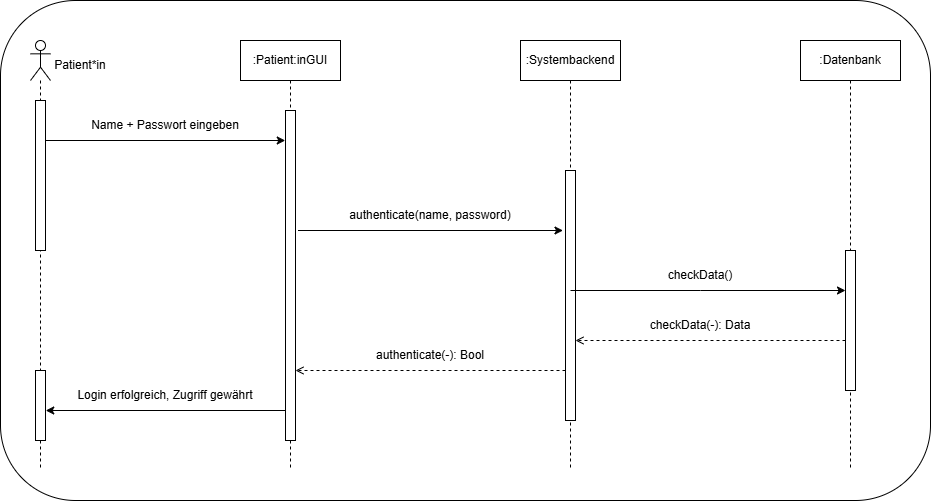
Above: docs/product/images/meilenstein2/Sequenz_Anmeldung2.drawio.png in duhoanghai/swp25-26 (draw.io), before the change. Source tidied: cells renumbered, new cells last; positions are measured from the earlier drawing's top-left corner, leaving out a move shared by most shapes.
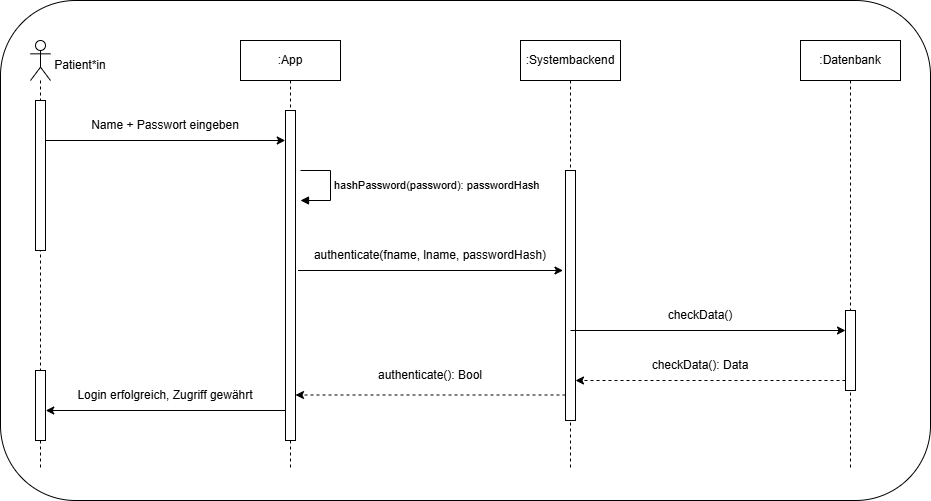
Later version of the same file.

Change to the diagram source:
```diff
@@ -5,7 +5,7 @@
     <mxCell id="2" style="rounded=1;whiteSpace=wrap;html=1;" parent="1" vertex="1">
       <mxGeometry width="930" height="500" as="geometry" />
     </mxCell>
-    <mxCell id="3" value=":Patient:inGUI" style="shape=umlLifeline;perimeter=lifelinePerimeter;whiteSpace=wrap;html=1;newEdgeStyle={&quot;curved&quot;:0,&quot;rounded&quot;:0};" parent="1" vertex="1">
+    <mxCell id="3" value=":App" style="shape=umlLifeline;perimeter=lifelinePerimeter;whiteSpace=wrap;html=1;newEdgeStyle={&quot;curved&quot;:0,&quot;rounded&quot;:0};" parent="1" vertex="1">
       <mxGeometry x="240" y="40" width="100" height="430" as="geometry" />
     </mxCell>
     <mxCell id="4" style="html=1;perimeter=orthogonalPerimeter;targetShapes=umlLifeline;newEdgeStyle={&quot;curved&quot;:0,&quot;rounded&quot;:0};" parent="3" vertex="1">
@@ -21,7 +21,7 @@
       <mxGeometry x="800" y="40" width="100" height="430" as="geometry" />
     </mxCell>
     <mxCell id="8" style="html=1;points=[[0,0,0,0,5],[0,1,0,0,-5],[1,0,0,0,5],[1,1,0,0,-5]];perimeter=orthogonalPerimeter;outlineConnect=0;targetShapes=umlLifeline;portConstraint=eastwest;newEdgeStyle={&quot;curved&quot;:0,&quot;rounded&quot;:0};" parent="7" vertex="1">
-      <mxGeometry x="45" y="210" width="10" height="140" as="geometry" />
+      <mxGeometry x="45" y="270" width="10" height="80" as="geometry" />
     </mxCell>
     <mxCell id="9" style="shape=umlLifeline;perimeter=lifelinePerimeter;whiteSpace=wrap;html=1;newEdgeStyle={&quot;curved&quot;:0,&quot;rounded&quot;:0};participant=umlActor;" parent="1" vertex="1">
       <mxGeometry x="30" y="40" width="20" height="430" as="geometry" />
@@ -46,42 +46,37 @@
     </mxCell>
     <mxCell id="15" style="endArrow=classic;html=1;rounded=0;" parent="1" edge="1">
       <mxGeometry relative="1" as="geometry">
-        <mxPoint x="297.5" y="230" as="sourcePoint" />
-        <mxPoint x="562.5" y="230" as="targetPoint" />
+        <mxPoint x="297.5" y="270" as="sourcePoint" />
+        <mxPoint x="562.5" y="270" as="targetPoint" />
       </mxGeometry>
     </mxCell>
-    <mxCell id="16" value="authenticate(name, password)" style="text;html=1;whiteSpace=wrap;strokeColor=none;fillColor=none;align=center;verticalAlign=middle;rounded=0;" parent="1" vertex="1">
-      <mxGeometry x="312" y="200" width="236" height="30" as="geometry" />
+    <mxCell id="16" value="authenticate(fname, lname, passwordHash)" style="text;html=1;whiteSpace=wrap;strokeColor=none;fillColor=none;align=center;verticalAlign=middle;rounded=0;" parent="1" vertex="1">
+      <mxGeometry x="312" y="240" width="236" height="30" as="geometry" />
     </mxCell>
-    <mxCell id="17" style="endArrow=classic;html=1;rounded=0;" parent="1" edge="1">
+    <mxCell id="17" style="endArrow=classic;html=1;rounded=0;" parent="1" edge="1" target="8">
       <mxGeometry relative="1" as="geometry">
-        <mxPoint x="570" y="290" as="sourcePoint" />
-        <mxPoint x="845" y="290" as="targetPoint" />
-        <Array as="points">
-          <mxPoint x="700" y="290" />
-        </Array>
+        <mxPoint x="570" y="330" as="sourcePoint" />
       </mxGeometry>
     </mxCell>
     <mxCell id="18" value="checkData()" style="text;html=1;whiteSpace=wrap;strokeColor=none;fillColor=none;align=center;verticalAlign=middle;rounded=0;" parent="1" vertex="1">
-      <mxGeometry x="670" y="260" width="60" height="30" as="geometry" />
+      <mxGeometry x="670" y="300" width="60" height="30" as="geometry" />
     </mxCell>
-    <mxCell id="19" style="endArrow=open;html=1;rounded=0;dashed=1;endFill=0;" parent="1" edge="1">
+    <mxCell id="19" style="endArrow=classic;html=1;rounded=0;dashed=1;" parent="1" edge="1" target="6">
       <mxGeometry relative="1" as="geometry">
-        <mxPoint x="845" y="340" as="sourcePoint" />
-        <mxPoint x="575" y="340" as="targetPoint" />
+        <mxPoint x="845" y="380" as="sourcePoint" />
       </mxGeometry>
     </mxCell>
-    <mxCell id="20" value="checkData(-): Data" style="text;html=1;whiteSpace=wrap;strokeColor=none;fillColor=none;align=center;verticalAlign=middle;rounded=0;" parent="1" vertex="1">
-      <mxGeometry x="640" y="310" width="120" height="30" as="geometry" />
+    <mxCell id="20" value="checkData(): Data" style="text;html=1;whiteSpace=wrap;strokeColor=none;fillColor=none;align=center;verticalAlign=middle;rounded=0;" parent="1" vertex="1">
+      <mxGeometry x="640" y="350" width="120" height="30" as="geometry" />
     </mxCell>
-    <mxCell id="21" style="endArrow=open;html=1;rounded=0;dashed=1;endFill=0;" parent="1" edge="1">
+    <mxCell id="21" style="endArrow=classic;html=1;rounded=0;dashed=1;" parent="1" edge="1">
       <mxGeometry relative="1" as="geometry">
-        <mxPoint x="565" y="370" as="sourcePoint" />
-        <mxPoint x="295" y="370" as="targetPoint" />
+        <mxPoint x="565" y="394.5" as="sourcePoint" />
+        <mxPoint x="295" y="394.5" as="targetPoint" />
       </mxGeometry>
     </mxCell>
-    <mxCell id="22" value="authenticate(-): Bool" style="text;html=1;whiteSpace=wrap;strokeColor=none;fillColor=none;align=center;verticalAlign=middle;rounded=0;" parent="1" vertex="1">
-      <mxGeometry x="365" y="340" width="130" height="30" as="geometry" />
+    <mxCell id="22" value="authenticate(): Bool" style="text;html=1;whiteSpace=wrap;strokeColor=none;fillColor=none;align=center;verticalAlign=middle;rounded=0;" parent="1" vertex="1">
+      <mxGeometry x="365" y="360" width="130" height="30" as="geometry" />
     </mxCell>
     <mxCell id="23" style="endArrow=classic;html=1;rounded=0;" parent="1" edge="1">
       <mxGeometry relative="1" as="geometry">
@@ -92,5 +87,14 @@
     <mxCell id="24" value="Login erfolgreich, Zugriff gewährt" style="text;html=1;whiteSpace=wrap;strokeColor=none;fillColor=none;align=center;verticalAlign=middle;rounded=0;" parent="1" vertex="1">
       <mxGeometry x="55" y="380" width="220" height="30" as="geometry" />
     </mxCell>
+    <mxCell id="25" value="hashPassword(password): passwordHash" style="html=1;align=left;spacingLeft=2;endArrow=block;rounded=0;edgeStyle=orthogonalEdgeStyle;curved=0;rounded=0;" parent="1" edge="1">
+      <mxGeometry relative="1" as="geometry">
+        <mxPoint x="300" y="170" as="sourcePoint" />
+        <mxPoint x="300" y="200" as="targetPoint" />
+        <Array as="points">
+          <mxPoint x="330" y="200" />
+        </Array>
+      </mxGeometry>
+    </mxCell>
   </root>
 </mxGraphModel>
```
